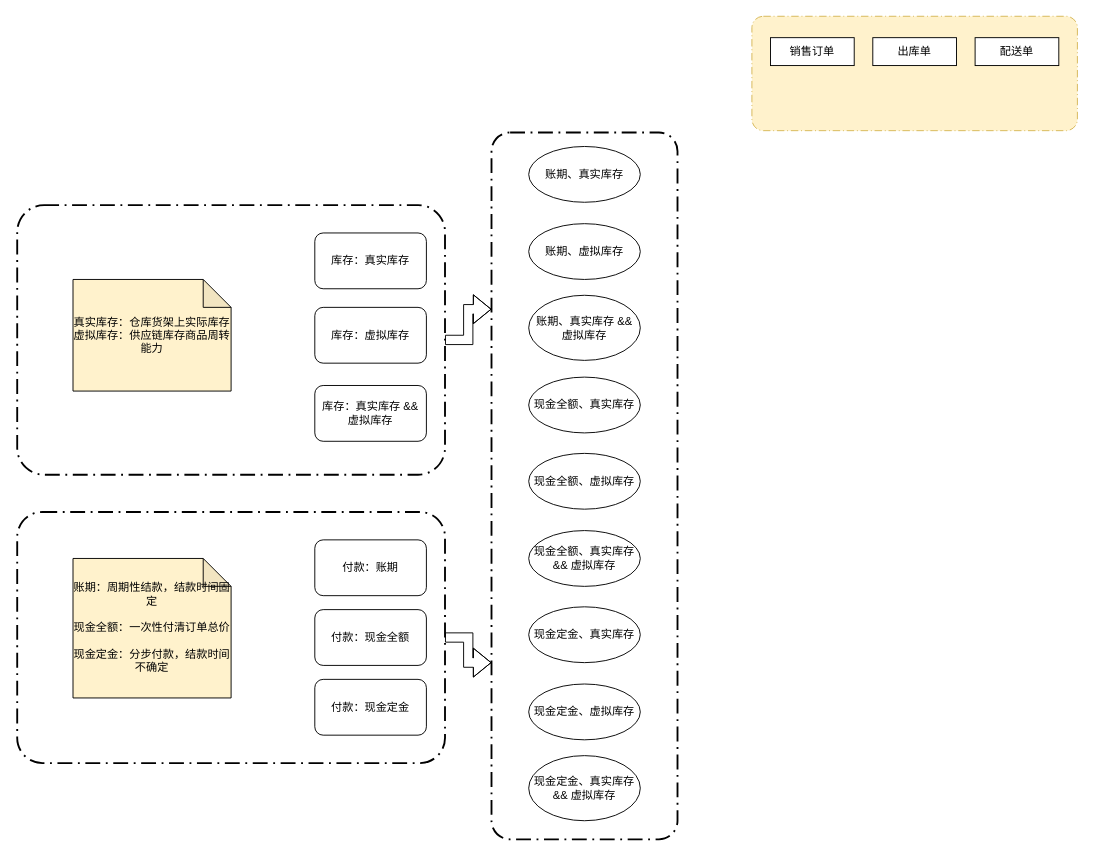
This is page "第 2 页" (2 of 2) of 技术架构.drawio from jason-live/flow, a draw.io file, before an edit. Source tidied: cells renumbered, new cells numbered last; positions are measured from the earlier drawing's top-left corner, leaving out a move shared by most shapes. Both pictures are drawn from the tidied source at 93%, with x=0, y=0 at pixel (17, 16).
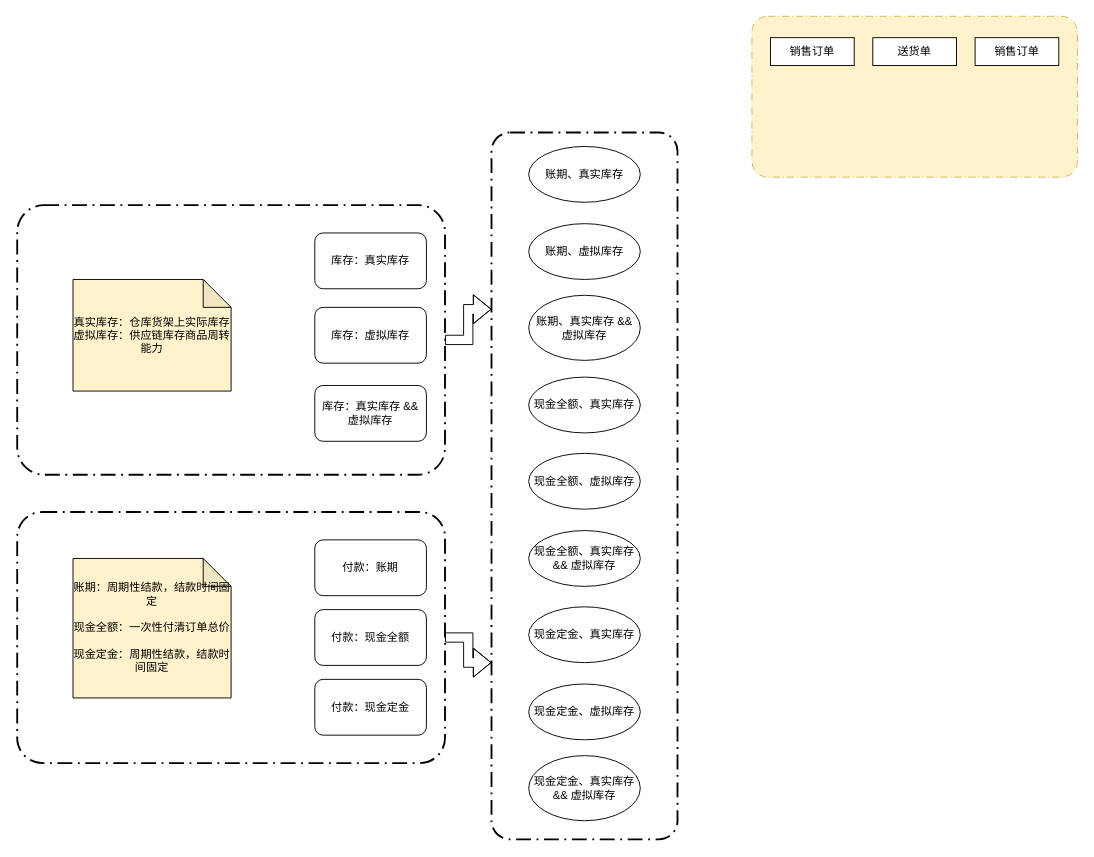
After the change.

Commit message:
更新技术架构.drawio

Change to the diagram source:
```diff
@@
-    <mxCell id="23" value="账期：周期性结款，结款时间固定&lt;br&gt;&lt;br&gt;现金全额：一次性付清订单总价&lt;br&gt;&lt;br&gt;现金定金：分步付款，结款时间不确定" style="shape=note;whiteSpace=wrap;html=1;backgroundOutline=1;darkOpacity=0.05;fillColor=#FFF2CC;" parent="1" vertex="1">
+    <mxCell id="23" value="账期：周期性结款，结款时间固定&lt;br&gt;&lt;br&gt;现金全额：一次性付清订单总价&lt;br&gt;&lt;br&gt;现金定金：周期性结款，结款时间固定" style="shape=note;whiteSpace=wrap;html=1;backgroundOutline=1;darkOpacity=0.05;fillColor=#FFF2CC;" parent="1" vertex="1">
       <mxGeometry x="60" y="583" width="170" height="150" as="geometry" />
     </mxCell>
     <mxCell id="24" style="rounded=1;arcSize=10;dashed=1;strokeColor=#d6b656;fillColor=#fff2cc;dashPattern=8 3 1 3;strokeWidth=1;shadow=0;html=1;" parent="1" vertex="1">
-      <mxGeometry x="790" width="350" height="123" as="geometry" />
+      <mxGeometry x="790" width="350" height="173" as="geometry" />
     </mxCell>
@@
-    <mxCell id="26" value="出库单" style="rounded=0;whiteSpace=wrap;html=1;shadow=0;strokeWidth=1;" parent="1" vertex="1">
-      <mxGeometry x="920" y="23" width="90" height="30" as="geometry" />
-    </mxCell>
-    <mxCell id="27" value="配送单" style="rounded=0;whiteSpace=wrap;html=1;shadow=0;strokeWidth=1;" parent="1" vertex="1">
-      <mxGeometry x="1030" y="23" width="90" height="30" as="geometry" />
-    </mxCell>
+    <mxCell id="28" value="送货单" style="rounded=0;whiteSpace=wrap;html=1;shadow=0;strokeWidth=1;" parent="1" vertex="1">
+      <mxGeometry x="920" y="23" width="90" height="30" as="geometry" />
+    </mxCell>
+    <mxCell id="29" value="销售订单" style="rounded=0;whiteSpace=wrap;html=1;shadow=0;strokeWidth=1;" parent="1" vertex="1">
+      <mxGeometry x="1030" y="23" width="90" height="30" as="geometry" />
+    </mxCell>
```
